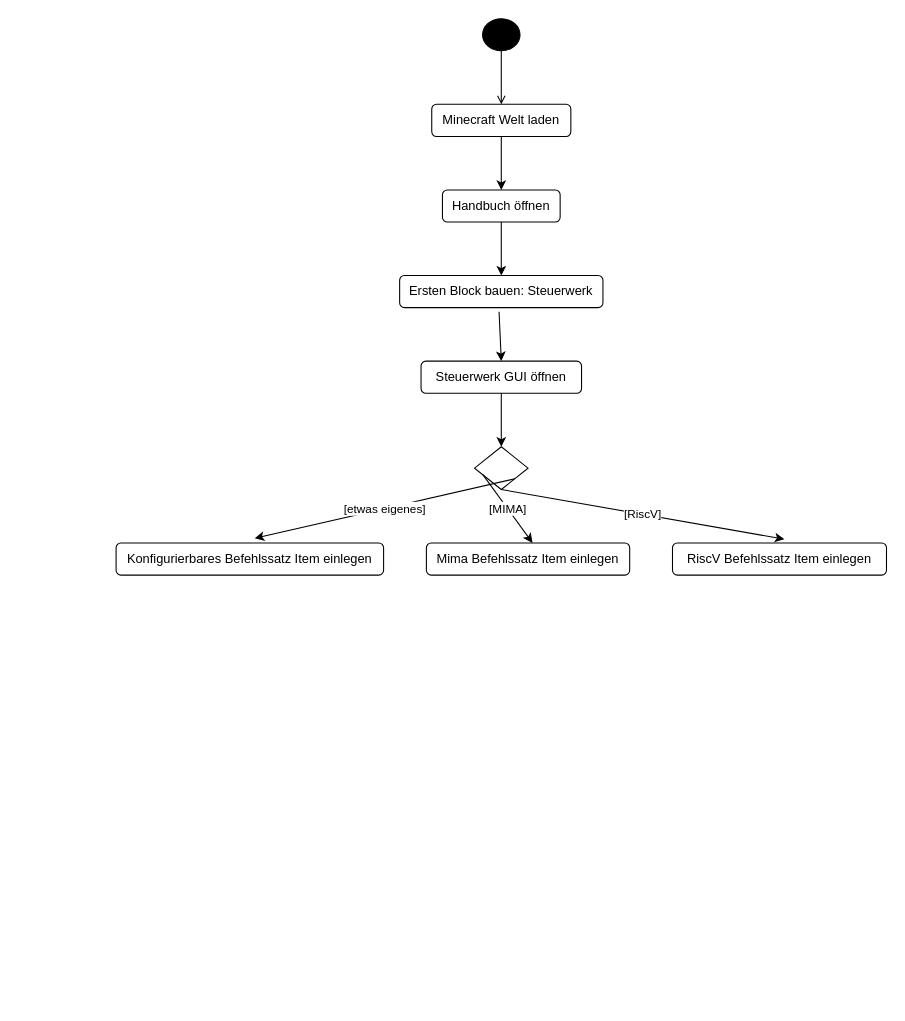
LundiNord/RISCJ-Diagramms keeps this draw.io diagram as Aktivität.drawio. Above is the earlier version. Source tidied: cells renumbered, new cells numbered last; positions are measured from the earlier drawing's top-left corner, leaving out a move shared by most shapes. Both pictures are drawn from the tidied source at 107%, with x=0, y=0 at pixel (116, 18).
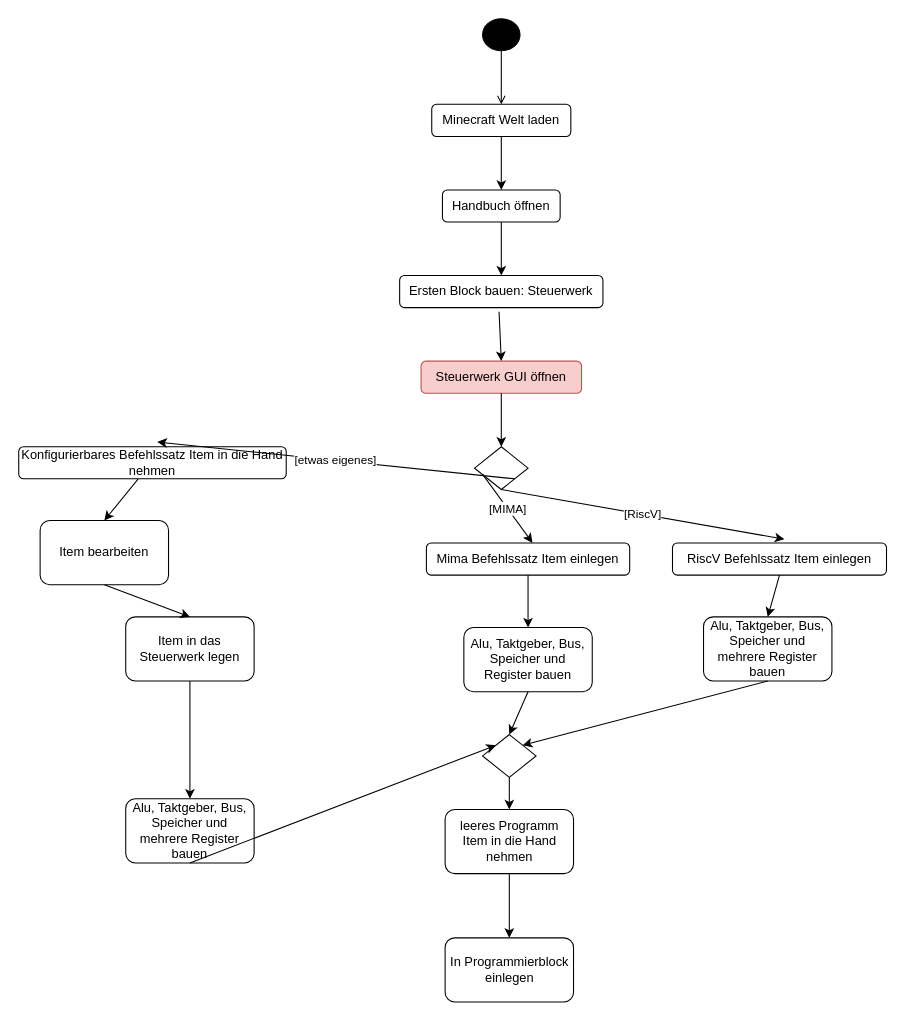
Above is the later version.

Unchanged cells that the change refers to:
```xml
<mxCell id="11" value="Mima Befehlssatz Item einlegen" style="rounded=1;whiteSpace=wrap;html=1;" parent="1" vertex="1">
  <mxGeometry x="290" y="490" width="190" height="30" as="geometry" />
</mxCell>
<mxCell id="12" value="RiscV Befehlssatz Item einlegen" style="rounded=1;whiteSpace=wrap;html=1;" parent="1" vertex="1">
  <mxGeometry x="520" y="490" width="200" height="30" as="geometry" />
</mxCell>
```

Diff of the diagram source:
```diff
@@
-    <mxCell id="9" value="Steuerwerk GUI öffnen" style="rounded=1;whiteSpace=wrap;html=1;" parent="1" vertex="1">
+    <mxCell id="9" value="Steuerwerk GUI öffnen" style="rounded=1;whiteSpace=wrap;html=1;fillColor=#f8cecc;strokeColor=#b85450;" parent="1" vertex="1">
       <mxGeometry x="285" y="320" width="150" height="30" as="geometry" />
     </mxCell>
@@
-    <mxCell id="13" value="Konfigurierbares Befehlssatz Item einlegen" style="rounded=1;whiteSpace=wrap;html=1;" parent="1" vertex="1">
-      <mxGeometry y="490" width="250" height="30" as="geometry" />
+    <mxCell id="13" value="Konfigurierbares Befehlssatz Item in die Hand nehmen" style="rounded=1;whiteSpace=wrap;html=1;" parent="1" vertex="1">
+      <mxGeometry x="-91" y="400" width="250" height="30" as="geometry" />
     </mxCell>
-    <mxCell id="14" style="rhombus;whiteSpace=wrap;html=1;" parent="1" vertex="1">
+    <mxCell id="14" style="rhombus;whiteSpace=wrap;html=1;portConstraintRotation=1;" parent="1" vertex="1">
       <mxGeometry x="335" y="400" width="50" height="40" as="geometry" />
     </mxCell>
@@
+    <mxCell id="19" value="Alu, Taktgeber, Bus, Speicher und Register bauen" style="rounded=1;whiteSpace=wrap;html=1;" parent="1" vertex="1">
+      <mxGeometry x="325" y="569" width="120" height="60" as="geometry" />
+    </mxCell>
+    <mxCell id="20" style="edgeStyle=none;jettySize=auto;html=1;rounded=0;exitX=0.5;exitY=1;exitDx=0;exitDy=0;entryX=0.5;entryY=0;entryDx=0;entryDy=0;" parent="1" edge="1" source="11" target="19">
+      <mxGeometry relative="1" as="geometry" />
+    </mxCell>
+    <mxCell id="21" value="Alu, Taktgeber, Bus, Speicher und mehrere Register bauen" style="rounded=1;whiteSpace=wrap;html=1;" parent="1" vertex="1">
+      <mxGeometry x="549" y="559" width="120" height="60" as="geometry" />
+    </mxCell>
+    <mxCell id="22" style="edgeStyle=none;jettySize=auto;html=1;rounded=0;exitX=0.5;exitY=1;exitDx=0;exitDy=0;entryX=0.5;entryY=0;entryDx=0;entryDy=0;" parent="1" edge="1" source="12" target="21">
+      <mxGeometry relative="1" as="geometry" />
+    </mxCell>
+    <mxCell id="23" value="Alu, Taktgeber, Bus, Speicher und mehrere Register bauen" style="rounded=1;whiteSpace=wrap;html=1;" parent="1" vertex="1">
+      <mxGeometry x="9" y="729" width="120" height="60" as="geometry" />
+    </mxCell>
+    <mxCell id="24" style="rhombus;whiteSpace=wrap;html=1;double=0;portConstraintRotation=1;" parent="1" vertex="1">
+      <mxGeometry x="342.5" y="669" width="50" height="40" as="geometry" />
+    </mxCell>
+    <mxCell id="25" style="edgeStyle=none;jettySize=auto;html=1;rounded=0;exitX=0.5;exitY=1;exitDx=0;exitDy=0;entryX=0;entryY=0;entryDx=0;entryDy=0;" parent="1" edge="1" source="23" target="24">
+      <mxGeometry relative="1" as="geometry" />
+    </mxCell>
+    <mxCell id="26" style="edgeStyle=none;jettySize=auto;html=1;rounded=0;exitX=0.446;exitY=1.011;exitDx=0;exitDy=0;exitPerimeter=0;entryX=0.5;entryY=0;entryDx=0;entryDy=0;" parent="1" edge="1" source="13" target="31">
+      <mxGeometry relative="1" as="geometry" />
+    </mxCell>
+    <mxCell id="27" style="edgeStyle=none;jettySize=auto;html=1;rounded=0;exitX=0.5;exitY=1;exitDx=0;exitDy=0;entryX=0.5;entryY=0;entryDx=0;entryDy=0;" parent="1" edge="1" source="19" target="24">
+      <mxGeometry relative="1" as="geometry" />
+    </mxCell>
+    <mxCell id="28" style="edgeStyle=none;jettySize=auto;html=1;rounded=0;exitX=0.5;exitY=1;exitDx=0;exitDy=0;entryX=1;entryY=0;entryDx=0;entryDy=0;" parent="1" edge="1" source="21" target="24">
+      <mxGeometry relative="1" as="geometry" />
+    </mxCell>
+    <mxCell id="29" value="leeres Programm Item in die Hand nehmen" style="rounded=1;whiteSpace=wrap;html=1;" parent="1" vertex="1">
+      <mxGeometry x="307.5" y="739" width="120" height="60" as="geometry" />
+    </mxCell>
+    <mxCell id="30" style="edgeStyle=none;jettySize=auto;html=1;rounded=0;entryX=0.5;entryY=0;entryDx=0;entryDy=0;exitX=0.5;exitY=1;exitDx=0;exitDy=0;" parent="1" edge="1" source="24" target="29">
+      <mxGeometry relative="1" as="geometry" />
+    </mxCell>
+    <mxCell id="31" value="Item bearbeiten" style="rounded=1;whiteSpace=wrap;html=1;" parent="1" vertex="1">
+      <mxGeometry x="-71" y="469" width="120" height="60" as="geometry" />
+    </mxCell>
+    <mxCell id="32" value="Item in das Steuerwerk legen" style="rounded=1;whiteSpace=wrap;html=1;" parent="1" vertex="1">
+      <mxGeometry x="9" y="559" width="120" height="60" as="geometry" />
+    </mxCell>
+    <mxCell id="33" style="edgeStyle=none;jettySize=auto;html=1;rounded=0;exitX=0.5;exitY=1;exitDx=0;exitDy=0;entryX=0.5;entryY=0;entryDx=0;entryDy=0;" parent="1" edge="1" source="31" target="32">
+      <mxGeometry relative="1" as="geometry" />
+    </mxCell>
+    <mxCell id="34" style="edgeStyle=none;jettySize=auto;html=1;rounded=0;exitX=0.5;exitY=1;exitDx=0;exitDy=0;entryX=0.5;entryY=0;entryDx=0;entryDy=0;" parent="1" edge="1" source="32" target="23">
+      <mxGeometry relative="1" as="geometry" />
+    </mxCell>
+    <mxCell id="35" value="In Programmierblock einlegen" style="rounded=1;whiteSpace=wrap;html=1;" parent="1" vertex="1">
+      <mxGeometry x="307.5" y="859" width="120" height="60" as="geometry" />
+    </mxCell>
+    <mxCell id="36" style="edgeStyle=none;jettySize=auto;html=1;rounded=0;exitX=0.5;exitY=1;exitDx=0;exitDy=0;" parent="1" edge="1" source="29" target="35">
+      <mxGeometry relative="1" as="geometry" />
+    </mxCell>
```
